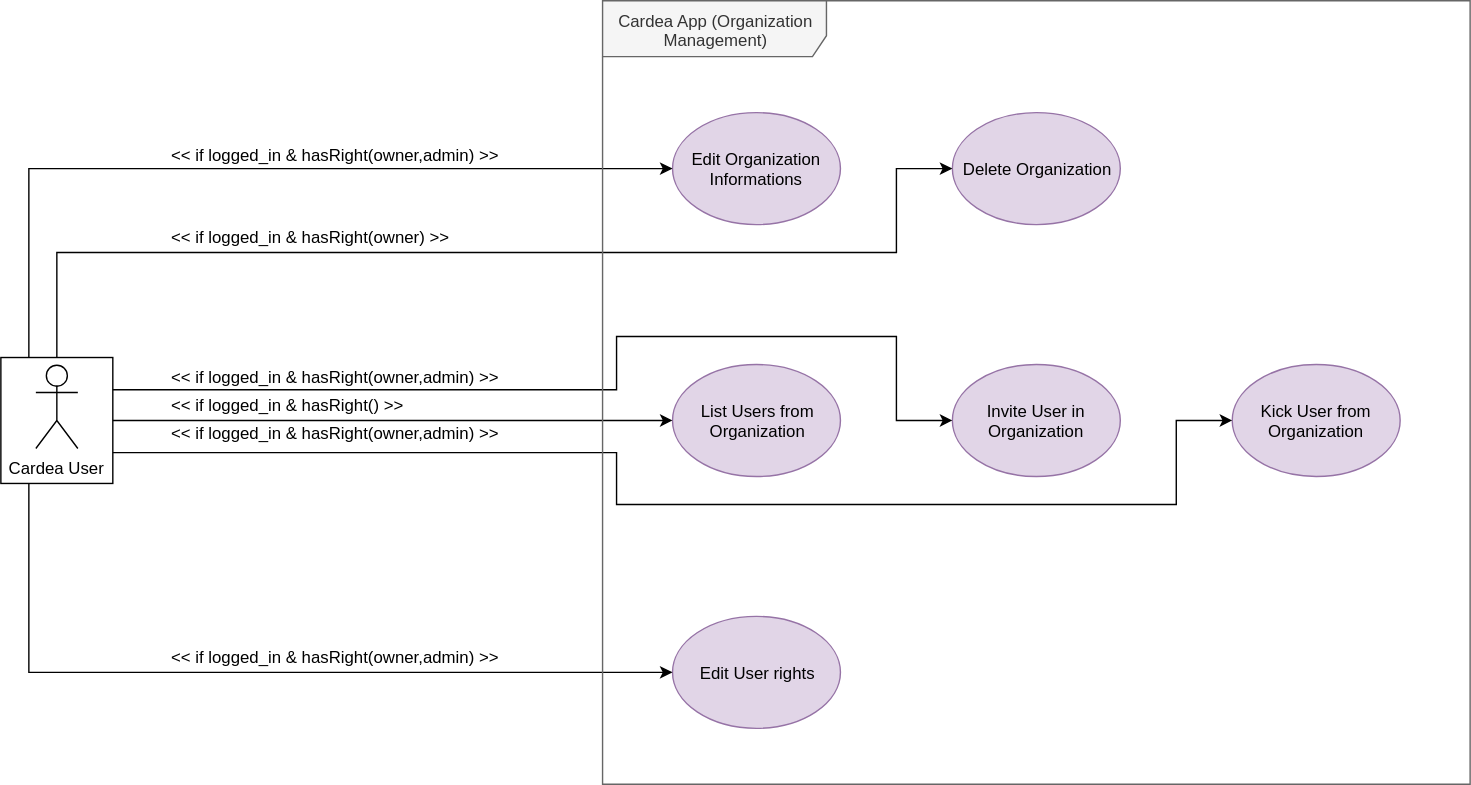
cardeapay/stack keeps this draw.io diagram as docs/srs/resources/3_1_2_2_use_case_view_cardea_app_organization_management.svg. Above is the earlier version. Source tidied: cells renumbered, new cells last; positions are measured from the earlier drawing's top-left corner, leaving out a move shared by most shapes.
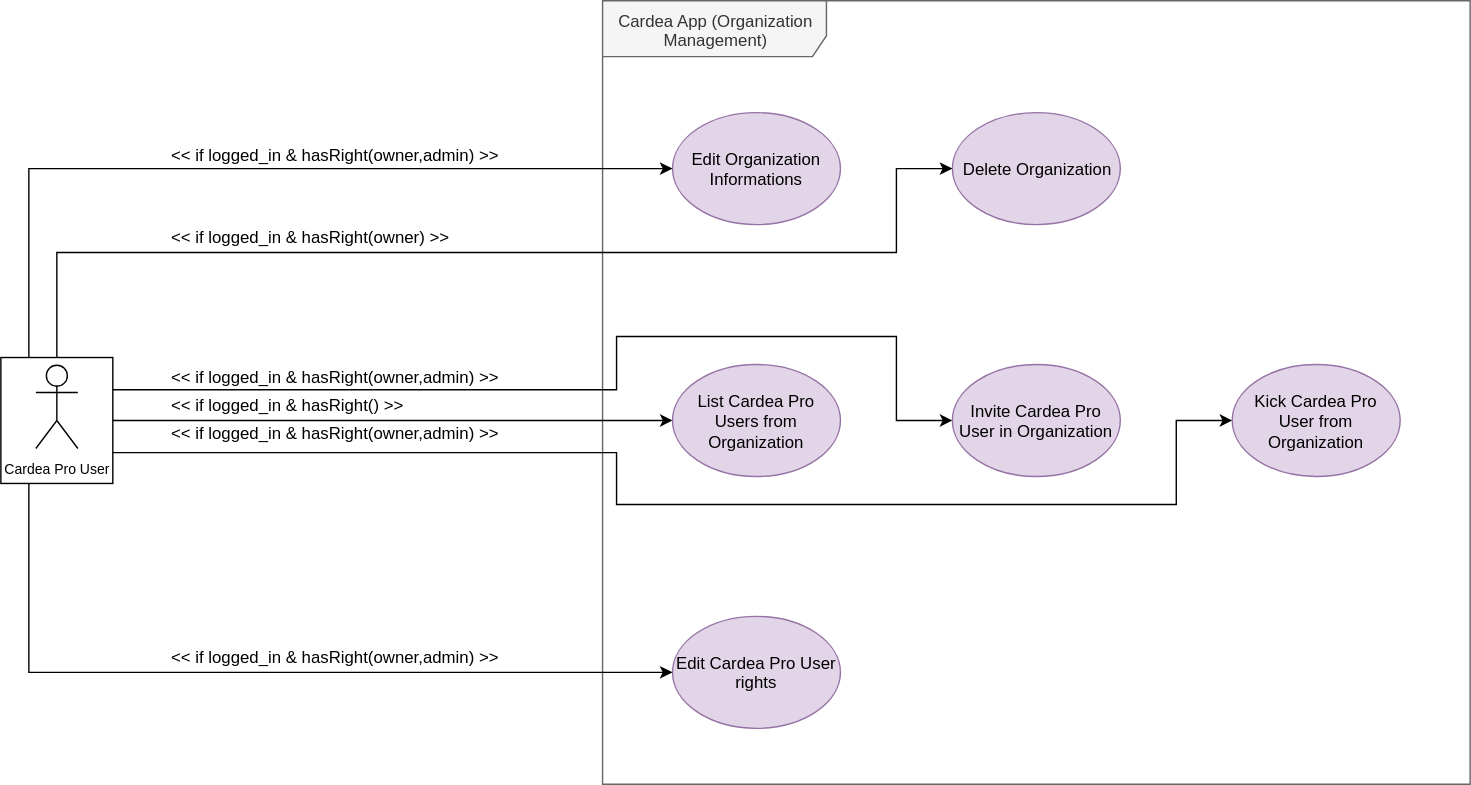
The same diagram one commit later.

Commit message:
fix(srs): user types clarifications

Change to the diagram source:
```diff
@@ -2,22 +2,25 @@
   <root>
     <mxCell id="0" />
     <mxCell id="1" parent="0" />
+    <mxCell id="22" value="Cardea App (Organization Management)" style="shape=umlFrame;whiteSpace=wrap;html=1;width=160;height=40;fillColor=#f5f5f5;strokeColor=#666666;fontColor=#333333;" parent="1" vertex="1">
+      <mxGeometry x="430" width="620" height="560" as="geometry" />
+    </mxCell>
     <mxCell id="2" value="Edit Organization Informations" style="ellipse;whiteSpace=wrap;html=1;fillColor=#e1d5e7;strokeColor=#9673a6;" parent="1" vertex="1">
       <mxGeometry x="480" y="80" width="120" height="80" as="geometry" />
     </mxCell>
     <mxCell id="3" value="Delete Organization" style="ellipse;whiteSpace=wrap;html=1;fillColor=#e1d5e7;strokeColor=#9673a6;" parent="1" vertex="1">
       <mxGeometry x="680" y="80" width="120" height="80" as="geometry" />
     </mxCell>
-    <mxCell id="4" value="Invite User in Organization" style="ellipse;whiteSpace=wrap;html=1;fillColor=#e1d5e7;strokeColor=#9673a6;" parent="1" vertex="1">
+    <mxCell id="4" value="Invite Cardea Pro User in Organization" style="ellipse;whiteSpace=wrap;html=1;fillColor=#e1d5e7;strokeColor=#9673a6;" parent="1" vertex="1">
       <mxGeometry x="680" y="260" width="120" height="80" as="geometry" />
     </mxCell>
-    <mxCell id="5" value="Kick User from Organization" style="ellipse;whiteSpace=wrap;html=1;fillColor=#e1d5e7;strokeColor=#9673a6;" parent="1" vertex="1">
+    <mxCell id="5" value="Kick Cardea Pro User from Organization" style="ellipse;whiteSpace=wrap;html=1;fillColor=#e1d5e7;strokeColor=#9673a6;" parent="1" vertex="1">
       <mxGeometry x="880" y="260" width="120" height="80" as="geometry" />
     </mxCell>
-    <mxCell id="6" value="Edit User rights" style="ellipse;whiteSpace=wrap;html=1;fillColor=#e1d5e7;strokeColor=#9673a6;" parent="1" vertex="1">
+    <mxCell id="6" value="Edit Cardea Pro User rights" style="ellipse;whiteSpace=wrap;html=1;fillColor=#e1d5e7;strokeColor=#9673a6;" parent="1" vertex="1">
       <mxGeometry x="480" y="440" width="120" height="80" as="geometry" />
     </mxCell>
-    <mxCell id="7" value="List Users from&lt;br&gt;Organization" style="ellipse;whiteSpace=wrap;html=1;fillColor=#e1d5e7;strokeColor=#9673a6;" parent="1" vertex="1">
+    <mxCell id="7" value="List Cardea Pro Users from&lt;br&gt;Organization" style="ellipse;whiteSpace=wrap;html=1;fillColor=#e1d5e7;strokeColor=#9673a6;" parent="1" vertex="1">
       <mxGeometry x="480" y="260" width="120" height="80" as="geometry" />
     </mxCell>
     <mxCell id="8" value="&amp;lt;&amp;lt; if logged_in &amp;amp; hasRight(owner,admin) &amp;gt;&amp;gt;&lt;span style=&quot;font-family: &amp;#34;helvetica&amp;#34; , &amp;#34;arial&amp;#34; , sans-serif ; font-size: 0px&quot;&gt;%3CmxGraphModel%3E%3Croot%3E%3CmxCell%20id%3D%220%22%2F%3E%3CmxCell%20id%3D%221%22%20parent%3D%220%22%2F%3E%3CmxCell%20id%3D%222%22%20value%3D%22%22%20style%3D%22html%3D1%3BfillColor%3Dnone%3B%22%20vertex%3D%221%22%20parent%3D%221%22%3E%3CmxGeometry%20x%3D%22-120%22%20y%3D%22255%22%20width%3D%2280%22%20height%3D%2290%22%20as%3D%22geometry%22%2F%3E%3C%2FmxCell%3E%3CmxCell%20id%3D%223%22%20value%3D%22Cardea%20User%22%20style%3D%22shape%3DumlActor%3BverticalLabelPosition%3Dbottom%3BlabelBackgroundColor%3D%23ffffff%3BverticalAlign%3Dtop%3Bhtml%3D1%3B%22%20vertex%3D%221%22%20parent%3D%221%22%3E%3CmxGeometry%20x%3D%22-95%22%20y%3D%22260%22%20width%3D%2230%22%20height%3D%2260%22%20as%3D%22geometry%22%2F%3E%3C%2FmxCell%3E%3C%2Froot%3E%3C%2FmxGraphModel%3&lt;/span&gt;" style="text;html=1;align=left;verticalAlign=top;spacingTop=-4;" parent="1" vertex="1">
@@ -64,7 +67,7 @@
     <mxCell id="15" style="html=1;fillColor=none;" parent="1" vertex="1">
       <mxGeometry y="255" width="80" height="90" as="geometry" />
     </mxCell>
-    <mxCell id="16" value="Cardea User" style="shape=umlActor;verticalLabelPosition=bottom;labelBackgroundColor=#ffffff;verticalAlign=top;html=1;" parent="1" vertex="1">
+    <mxCell id="16" value="&lt;font style=&quot;font-size: 10px&quot;&gt;Cardea Pro User&lt;/font&gt;" style="shape=umlActor;verticalLabelPosition=bottom;labelBackgroundColor=#ffffff;verticalAlign=top;html=1;" parent="1" vertex="1">
       <mxGeometry x="25" y="260" width="30" height="60" as="geometry" />
     </mxCell>
     <mxCell id="17" value="&amp;lt;&amp;lt; if logged_in &amp;amp; hasRight(owner) &amp;gt;&amp;gt;&lt;span style=&quot;font-family: &amp;#34;helvetica&amp;#34; , &amp;#34;arial&amp;#34; , sans-serif ; font-size: 0px&quot;&gt;%3CmxGraphModel%3E%3Croot%3E%3CmxCell%20id%3D%220%22%2F%3E%3CmxCell%20id%3D%221%22%20parent%3D%220%22%2F%3E%3CmxCell%20id%3D%222%22%20value%3D%22%22%20style%3D%22html%3D1%3BfillColor%3Dnone%3B%22%20vertex%3D%221%22%20parent%3D%221%22%3E%3CmxGeometry%20x%3D%22-120%22%20y%3D%22255%22%20width%3D%2280%22%20height%3D%2290%22%20as%3D%22geometry%22%2F%3E%3C%2FmxCell%3E%3CmxCell%20id%3D%223%22%20value%3D%22Cardea%20User%22%20style%3D%22shape%3DumlActor%3BverticalLabelPosition%3Dbottom%3BlabelBackgroundColor%3D%23ffffff%3BverticalAlign%3Dtop%3Bhtml%3D1%3B%22%20vertex%3D%221%22%20parent%3D%221%22%3E%3CmxGeometry%20x%3D%22-95%22%20y%3D%22260%22%20width%3D%2230%22%20height%3D%2260%22%20as%3D%22geometry%22%2F%3E%3C%2FmxCell%3E%3C%2Froot%3E%3C%2FmxGraphModel%3&lt;/span&gt;" style="text;html=1;align=left;verticalAlign=top;spacingTop=-4;" parent="1" vertex="1">
@@ -82,8 +85,5 @@
     <mxCell id="21" value="&amp;lt;&amp;lt; if logged_in &amp;amp; hasRight(owner,admin) &amp;gt;&amp;gt;&lt;span style=&quot;font-family: &amp;#34;helvetica&amp;#34; , &amp;#34;arial&amp;#34; , sans-serif ; font-size: 0px&quot;&gt;%3CmxGraphModel%3E%3Croot%3E%3CmxCell%20id%3D%220%22%2F%3E%3CmxCell%20id%3D%221%22%20parent%3D%220%22%2F%3E%3CmxCell%20id%3D%222%22%20value%3D%22%22%20style%3D%22html%3D1%3BfillColor%3Dnone%3B%22%20vertex%3D%221%22%20parent%3D%221%22%3E%3CmxGeometry%20x%3D%22-120%22%20y%3D%22255%22%20width%3D%2280%22%20height%3D%2290%22%20as%3D%22geometry%22%2F%3E%3C%2FmxCell%3E%3CmxCell%20id%3D%223%22%20value%3D%22Cardea%20User%22%20style%3D%22shape%3DumlActor%3BverticalLabelPosition%3Dbottom%3BlabelBackgroundColor%3D%23ffffff%3BverticalAlign%3Dtop%3Bhtml%3D1%3B%22%20vertex%3D%221%22%20parent%3D%221%22%3E%3CmxGeometry%20x%3D%22-95%22%20y%3D%22260%22%20width%3D%2230%22%20height%3D%2260%22%20as%3D%22geometry%22%2F%3E%3C%2FmxCell%3E%3C%2Froot%3E%3C%2FmxGraphModel%3&lt;/span&gt;" style="text;html=1;align=left;verticalAlign=top;spacingTop=-4;" parent="1" vertex="1">
       <mxGeometry x="120" y="460" width="250" height="20" as="geometry" />
     </mxCell>
-    <mxCell id="22" value="Cardea App (Organization Management)" style="shape=umlFrame;whiteSpace=wrap;html=1;width=160;height=40;fillColor=#f5f5f5;strokeColor=#666666;fontColor=#333333;" parent="1" vertex="1">
-      <mxGeometry x="430" width="620" height="560" as="geometry" />
-    </mxCell>
   </root>
 </mxGraphModel>
```
